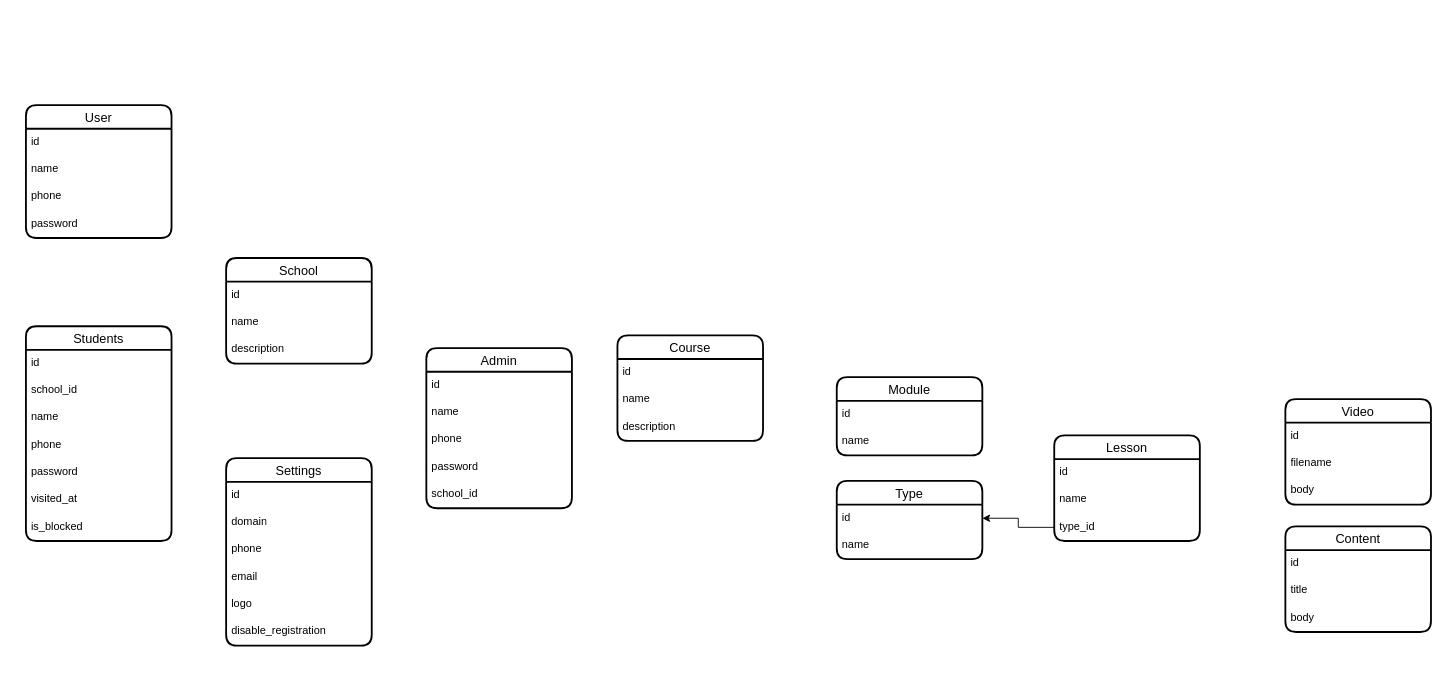
This is Karsoft - LMS.drawio from iztileuoff/databases, a draw.io file, before an edit. Source tidied: cells renumbered, new cells numbered last; positions are measured from the earlier drawing's top-left corner, leaving out a move shared by most shapes. Both pictures are drawn from the tidied source at 91%, with x=0, y=0 at pixel (25, 105).
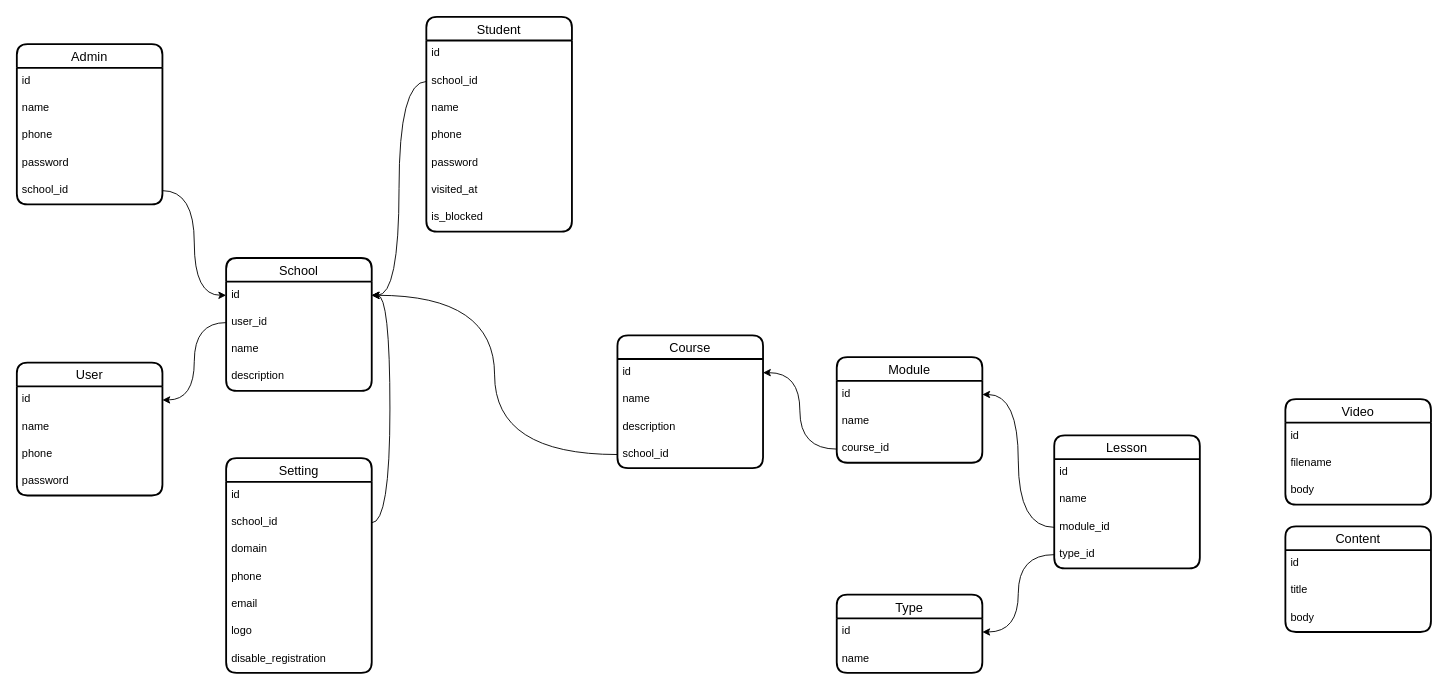
Above is the later version.

The change refers to these unchanged cells:
```xml
<mxCell id="3" value="id" style="text;strokeColor=none;fillColor=none;spacingLeft=4;spacingRight=4;overflow=hidden;points=[[0,0.5],[1,0.5]];portConstraint=eastwest;fontSize=12;whiteSpace=wrap;html=1;" parent="2" vertex="1">
  <mxGeometry y="26" width="160" height="30" as="geometry" />
</mxCell>
<mxCell id="8" value="id" style="text;strokeColor=none;fillColor=none;spacingLeft=4;spacingRight=4;overflow=hidden;points=[[0,0.5],[1,0.5]];portConstraint=eastwest;fontSize=12;whiteSpace=wrap;html=1;" parent="7" vertex="1">
  <mxGeometry y="26" width="160" height="30" as="geometry" />
</mxCell>
<mxCell id="13" value="school_id" style="text;strokeColor=none;fillColor=none;spacingLeft=4;spacingRight=4;overflow=hidden;points=[[0,0.5],[1,0.5]];portConstraint=eastwest;fontSize=12;whiteSpace=wrap;html=1;" parent="11" vertex="1">
  <mxGeometry y="56" width="160" height="30" as="geometry" />
</mxCell>
<mxCell id="27" value="id" style="text;strokeColor=none;fillColor=none;spacingLeft=4;spacingRight=4;overflow=hidden;points=[[0,0.5],[1,0.5]];portConstraint=eastwest;fontSize=12;whiteSpace=wrap;html=1;" parent="26" vertex="1">
  <mxGeometry y="26" width="160" height="30" as="geometry" />
</mxCell>
<mxCell id="31" value="id" style="text;strokeColor=none;fillColor=none;spacingLeft=4;spacingRight=4;overflow=hidden;points=[[0,0.5],[1,0.5]];portConstraint=eastwest;fontSize=12;whiteSpace=wrap;html=1;" parent="30" vertex="1">
  <mxGeometry y="26" width="160" height="30" as="geometry" />
</mxCell>
<mxCell id="42" value="id" style="text;strokeColor=none;fillColor=none;spacingLeft=4;spacingRight=4;overflow=hidden;points=[[0,0.5],[1,0.5]];portConstraint=eastwest;fontSize=12;whiteSpace=wrap;html=1;" parent="41" vertex="1">
  <mxGeometry y="26" width="160" height="30" as="geometry" />
</mxCell>
<mxCell id="54" value="school_id" style="text;strokeColor=none;fillColor=none;spacingLeft=4;spacingRight=4;overflow=hidden;points=[[0,0.5],[1,0.5]];portConstraint=eastwest;fontSize=12;whiteSpace=wrap;html=1;" parent="49" vertex="1">
  <mxGeometry y="146" width="160" height="30" as="geometry" />
</mxCell>
```

Diff of the diagram source:
```diff
@@
     <mxCell id="2" value="User" style="swimlane;fontStyle=0;horizontal=1;startSize=26;align=center;fontSize=14;strokeWidth=2;rounded=1;shadow=0;glass=0;swimlaneLine=1;" parent="1" vertex="1">
-      <mxGeometry width="160" height="146" as="geometry" />
+      <mxGeometry x="-10" y="283" width="160" height="146" as="geometry" />
     </mxCell>
@@
     <mxCell id="7" value="School" style="swimlane;fontStyle=0;horizontal=1;startSize=26;align=center;fontSize=14;strokeWidth=2;rounded=1;shadow=0;glass=0;swimlaneLine=1;" parent="1" vertex="1">
-      <mxGeometry x="220" y="168" width="160" height="116" as="geometry" />
+      <mxGeometry x="220" y="168" width="160" height="146" as="geometry" />
     </mxCell>
@@
+    <mxCell id="55" value="user_id" style="text;strokeColor=none;fillColor=none;spacingLeft=4;spacingRight=4;overflow=hidden;points=[[0,0.5],[1,0.5]];portConstraint=eastwest;fontSize=12;whiteSpace=wrap;html=1;" parent="7" vertex="1">
+      <mxGeometry y="56" width="160" height="30" as="geometry" />
+    </mxCell>
     <mxCell id="9" value="name" style="text;strokeColor=none;fillColor=none;spacingLeft=4;spacingRight=4;overflow=hidden;fontSize=12;whiteSpace=wrap;html=1;" parent="7" vertex="1">
-      <mxGeometry y="56" width="160" height="30" as="geometry" />
+      <mxGeometry y="86" width="160" height="30" as="geometry" />
     </mxCell>
     <mxCell id="10" value="description" style="text;strokeColor=none;fillColor=none;spacingLeft=4;spacingRight=4;overflow=hidden;fontSize=12;whiteSpace=wrap;html=1;" parent="7" vertex="1">
-      <mxGeometry y="86" width="160" height="30" as="geometry" />
+      <mxGeometry y="116" width="160" height="30" as="geometry" />
     </mxCell>
-    <mxCell id="11" value="Students" style="swimlane;fontStyle=0;horizontal=1;startSize=26;align=center;fontSize=14;strokeWidth=2;rounded=1;shadow=0;glass=0;swimlaneLine=1;" parent="1" vertex="1">
-      <mxGeometry y="243" width="160" height="236" as="geometry" />
+    <mxCell id="11" value="Student" style="swimlane;fontStyle=0;horizontal=1;startSize=26;align=center;fontSize=14;strokeWidth=2;rounded=1;shadow=0;glass=0;swimlaneLine=1;" parent="1" vertex="1">
+      <mxGeometry x="440" y="-97" width="160" height="236" as="geometry" />
     </mxCell>
@@
-    <mxCell id="19" value="Settings" style="swimlane;fontStyle=0;horizontal=1;startSize=26;align=center;fontSize=14;strokeWidth=2;rounded=1;shadow=0;glass=0;swimlaneLine=1;" parent="1" vertex="1">
-      <mxGeometry x="220" y="388" width="160" height="206" as="geometry" />
+    <mxCell id="19" value="Setting" style="swimlane;fontStyle=0;horizontal=1;startSize=26;align=center;fontSize=14;strokeWidth=2;rounded=1;shadow=0;glass=0;swimlaneLine=1;" parent="1" vertex="1">
+      <mxGeometry x="220" y="388" width="160" height="236" as="geometry" />
     </mxCell>
@@
+    <mxCell id="56" value="school_id" style="text;strokeColor=none;fillColor=none;spacingLeft=4;spacingRight=4;overflow=hidden;points=[[0,0.5],[1,0.5]];portConstraint=eastwest;fontSize=12;whiteSpace=wrap;html=1;" parent="19" vertex="1">
+      <mxGeometry y="56" width="160" height="30" as="geometry" />
+    </mxCell>
     <mxCell id="21" value="domain" style="text;strokeColor=none;fillColor=none;spacingLeft=4;spacingRight=4;overflow=hidden;fontSize=12;whiteSpace=wrap;html=1;" parent="19" vertex="1">
-      <mxGeometry y="56" width="160" height="30" as="geometry" />
+      <mxGeometry y="86" width="160" height="30" as="geometry" />
     </mxCell>
     <mxCell id="22" value="phone" style="text;strokeColor=none;fillColor=none;spacingLeft=4;spacingRight=4;overflow=hidden;fontSize=12;whiteSpace=wrap;html=1;" parent="19" vertex="1">
-      <mxGeometry y="86" width="160" height="30" as="geometry" />
+      <mxGeometry y="116" width="160" height="30" as="geometry" />
     </mxCell>
     <mxCell id="23" value="email" style="text;strokeColor=none;fillColor=none;spacingLeft=4;spacingRight=4;overflow=hidden;fontSize=12;whiteSpace=wrap;html=1;" parent="19" vertex="1">
-      <mxGeometry y="116" width="160" height="30" as="geometry" />
+      <mxGeometry y="146" width="160" height="30" as="geometry" />
     </mxCell>
     <mxCell id="24" value="logo" style="text;strokeColor=none;fillColor=none;spacingLeft=4;spacingRight=4;overflow=hidden;fontSize=12;whiteSpace=wrap;html=1;" parent="19" vertex="1">
-      <mxGeometry y="146" width="160" height="30" as="geometry" />
+      <mxGeometry y="176" width="160" height="30" as="geometry" />
     </mxCell>
     <mxCell id="25" value="disable_registration" style="text;strokeColor=none;fillColor=none;spacingLeft=4;spacingRight=4;overflow=hidden;fontSize=12;whiteSpace=wrap;html=1;" parent="19" vertex="1">
-      <mxGeometry y="176" width="160" height="30" as="geometry" />
+      <mxGeometry y="206" width="160" height="30" as="geometry" />
     </mxCell>
     <mxCell id="26" value="Course" style="swimlane;fontStyle=0;horizontal=1;startSize=26;align=center;fontSize=14;strokeWidth=2;rounded=1;shadow=0;glass=0;swimlaneLine=1;" parent="1" vertex="1">
-      <mxGeometry x="650" y="253" width="160" height="116" as="geometry" />
+      <mxGeometry x="650" y="253" width="160" height="146" as="geometry" />
     </mxCell>
@@
+    <mxCell id="57" value="school_id" style="text;strokeColor=none;fillColor=none;spacingLeft=4;spacingRight=4;overflow=hidden;points=[[0,0.5],[1,0.5]];portConstraint=eastwest;fontSize=12;whiteSpace=wrap;html=1;" parent="26" vertex="1">
+      <mxGeometry y="116" width="160" height="30" as="geometry" />
+    </mxCell>
     <mxCell id="30" value="Module" style="swimlane;fontStyle=0;horizontal=1;startSize=26;align=center;fontSize=14;strokeWidth=2;rounded=1;shadow=0;glass=0;swimlaneLine=1;" parent="1" vertex="1">
-      <mxGeometry x="891" y="299" width="160" height="86" as="geometry" />
+      <mxGeometry x="891" y="277" width="160" height="116" as="geometry" />
     </mxCell>
@@
+    <mxCell id="58" value="course_id" style="text;strokeColor=none;fillColor=none;spacingLeft=4;spacingRight=4;overflow=hidden;points=[[0,0.5],[1,0.5]];portConstraint=eastwest;fontSize=12;whiteSpace=wrap;html=1;" parent="30" vertex="1">
+      <mxGeometry y="86" width="160" height="30" as="geometry" />
+    </mxCell>
     <mxCell id="33" value="Lesson" style="swimlane;fontStyle=0;horizontal=1;startSize=26;align=center;fontSize=14;strokeWidth=2;rounded=1;shadow=0;glass=0;swimlaneLine=1;" parent="1" vertex="1">
-      <mxGeometry x="1130" y="363" width="160" height="116" as="geometry" />
+      <mxGeometry x="1130" y="363" width="160" height="146" as="geometry" />
     </mxCell>
@@
+    <mxCell id="59" value="module_id" style="text;strokeColor=none;fillColor=none;spacingLeft=4;spacingRight=4;overflow=hidden;points=[[0,0.5],[1,0.5]];portConstraint=eastwest;fontSize=12;whiteSpace=wrap;html=1;" parent="33" vertex="1">
+      <mxGeometry y="86" width="160" height="30" as="geometry" />
+    </mxCell>
     <mxCell id="36" value="type_id" style="text;strokeColor=none;fillColor=none;spacingLeft=4;spacingRight=4;overflow=hidden;points=[[0,0.5],[1,0.5]];portConstraint=eastwest;fontSize=12;whiteSpace=wrap;html=1;" parent="33" vertex="1">
-      <mxGeometry y="86" width="160" height="30" as="geometry" />
+      <mxGeometry y="116" width="160" height="30" as="geometry" />
     </mxCell>
@@
     <mxCell id="41" value="Type" style="swimlane;fontStyle=0;horizontal=1;startSize=26;align=center;fontSize=14;strokeWidth=2;rounded=1;shadow=0;glass=0;swimlaneLine=1;" parent="1" vertex="1">
-      <mxGeometry x="891" y="413" width="160" height="86" as="geometry" />
+      <mxGeometry x="891" y="538" width="160" height="86" as="geometry" />
     </mxCell>
@@
-    <mxCell id="44" style="edgeStyle=orthogonalEdgeStyle;rounded=0;jettySize=auto;html=1;entryX=1;entryY=0.5;entryDx=0;entryDy=0;" parent="1" edge="1" source="36" target="42">
+    <mxCell id="44" style="edgeStyle=orthogonalEdgeStyle;rounded=0;jettySize=auto;html=1;entryX=1;entryY=0.5;entryDx=0;entryDy=0;curved=1;" parent="1" edge="1" source="36" target="42">
       <mxGeometry relative="1" as="geometry" />
     </mxCell>
@@
     <mxCell id="49" value="Admin" style="swimlane;fontStyle=0;horizontal=1;startSize=26;align=center;fontSize=14;strokeWidth=2;rounded=1;shadow=0;glass=0;swimlaneLine=1;" parent="1" vertex="1">
-      <mxGeometry x="440" y="267" width="160" height="176" as="geometry" />
+      <mxGeometry x="-10" y="-67" width="160" height="176" as="geometry" />
     </mxCell>
@@
+    <mxCell id="60" style="edgeStyle=orthogonalEdgeStyle;rounded=0;jettySize=auto;html=1;entryX=1;entryY=0.5;entryDx=0;entryDy=0;curved=1;" parent="1" edge="1" source="55" target="3">
+      <mxGeometry relative="1" as="geometry" />
+    </mxCell>
+    <mxCell id="61" style="edgeStyle=orthogonalEdgeStyle;rounded=0;jettySize=auto;html=1;entryX=1;entryY=0.5;entryDx=0;entryDy=0;curved=1;" parent="1" edge="1" source="56" target="8">
+      <mxGeometry relative="1" as="geometry">
+        <Array as="points">
+          <mxPoint x="400" y="459" />
+          <mxPoint x="400" y="209" />
+        </Array>
+      </mxGeometry>
+    </mxCell>
+    <mxCell id="62" style="edgeStyle=orthogonalEdgeStyle;rounded=0;jettySize=auto;html=1;entryX=1;entryY=0.5;entryDx=0;entryDy=0;curved=1;" parent="1" edge="1" source="57" target="8">
+      <mxGeometry relative="1" as="geometry" />
+    </mxCell>
+    <mxCell id="63" style="edgeStyle=orthogonalEdgeStyle;rounded=0;jettySize=auto;html=1;entryX=1;entryY=0.5;entryDx=0;entryDy=0;curved=1;" parent="1" edge="1" source="58" target="27">
+      <mxGeometry relative="1" as="geometry" />
+    </mxCell>
+    <mxCell id="64" style="edgeStyle=orthogonalEdgeStyle;rounded=0;jettySize=auto;html=1;entryX=1;entryY=0.5;entryDx=0;entryDy=0;curved=1;" parent="1" edge="1" source="13" target="8">
+      <mxGeometry relative="1" as="geometry" />
+    </mxCell>
+    <mxCell id="65" style="edgeStyle=orthogonalEdgeStyle;rounded=0;jettySize=auto;html=1;entryX=0;entryY=0.5;entryDx=0;entryDy=0;curved=1;" parent="1" edge="1" source="54" target="8">
+      <mxGeometry relative="1" as="geometry" />
+    </mxCell>
+    <mxCell id="66" style="edgeStyle=orthogonalEdgeStyle;rounded=0;jettySize=auto;html=1;entryX=1;entryY=0.5;entryDx=0;entryDy=0;curved=1;" parent="1" edge="1" source="59" target="31">
+      <mxGeometry relative="1" as="geometry" />
+    </mxCell>
```
